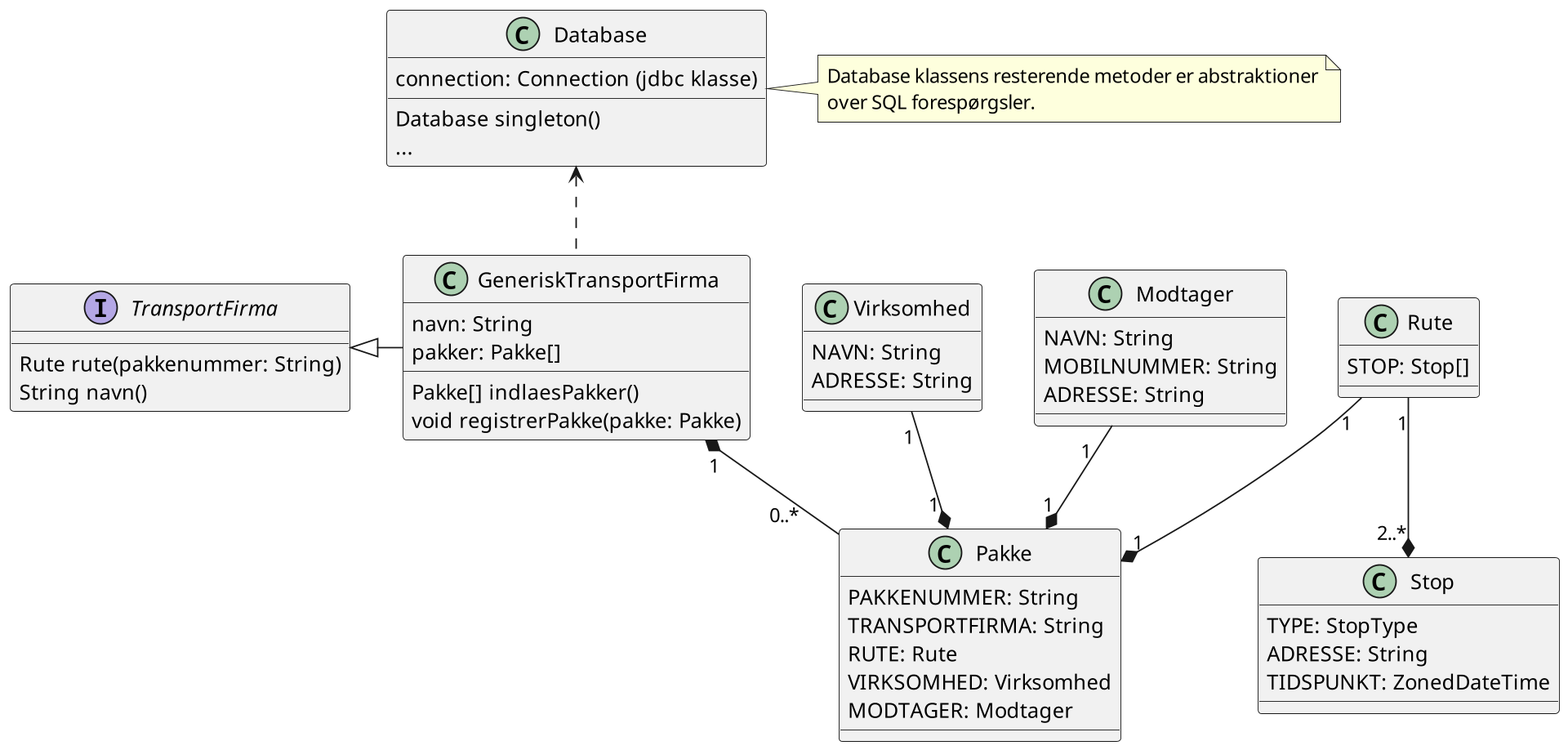
Above: diagram/class-diagram.png in sofush/trace (PlantUML), before the change.
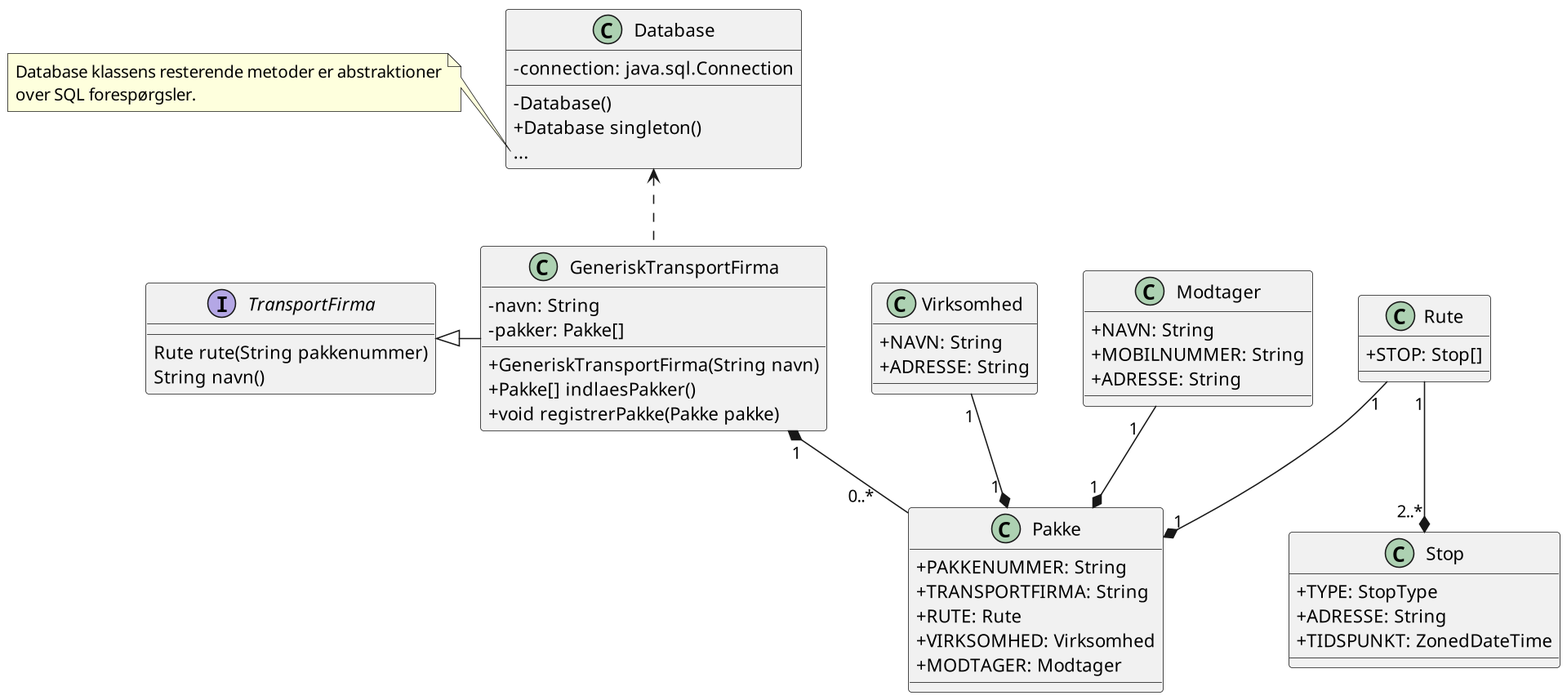
The same file after the commit.

Commit message:
feat: flyt note til venstre og peg den mod udeladelsesprikker

Diff of the diagram source:
```diff
@@ -2,53 +2,55 @@
 scale 1920*1080
 skinparam classAttributeIconSize 0
 interface TransportFirma {
-	Rute rute(pakkenummer: String)
+	Rute rute(String pakkenummer)
 	String navn()
 }
 TransportFirma <|- GeneriskTransportFirma
 class Virksomhed {
-	NAVN: String
-	ADRESSE: String
+	+ NAVN: String
+	+ ADRESSE: String
 }
 class Modtager {
-	NAVN: String
-	MOBILNUMMER: String
-	ADRESSE: String
+	+ NAVN: String
+	+ MOBILNUMMER: String
+	+ ADRESSE: String
 }
 class Stop {
-	TYPE: StopType
-	ADRESSE: String
-	TIDSPUNKT: ZonedDateTime
+	+ TYPE: StopType
+	+ ADRESSE: String
+	+ TIDSPUNKT: ZonedDateTime
 }
 class Rute {
-	STOP: Stop[]
+	+ STOP: Stop[]
 }
 class Pakke {
-	PAKKENUMMER: String
-	TRANSPORTFIRMA: String
-	RUTE: Rute
-	VIRKSOMHED: Virksomhed
-	MODTAGER: Modtager
+	+ PAKKENUMMER: String
+	+ TRANSPORTFIRMA: String
+	+ RUTE: Rute
+	+ VIRKSOMHED: Virksomhed
+	+ MODTAGER: Modtager
 }
 Rute "1" --* "1" Pakke
 Rute "1" --* "2..*" Stop
 Virksomhed "1" --* "1 " Pakke
 Modtager "1   " --* "1" Pakke
 class Database {
-	{field} connection: Connection (jdbc klasse)
-	Database singleton()
+	{field} - connection: java.sql.Connection
+	- Database()
+	+ Database singleton()
 	{method} ...
 }
-note right
+note left of Database::...
 	Database klassens resterende metoder er abstraktioner
 	over SQL forespørgsler.
 end note
 Database <.. GeneriskTransportFirma
 GeneriskTransportFirma "1" *-- "0..*\t     " Pakke
 class GeneriskTransportFirma {
-	navn: String
-	pakker: Pakke[]
-	Pakke[] indlaesPakker()
-	void registrerPakke(pakke: Pakke)
+	- navn: String
+	- pakker: Pakke[]
+	+ GeneriskTransportFirma(String navn)
+	+ Pakke[] indlaesPakker()
+	+ void registrerPakke(Pakke pakke)
 }
 @enduml
```
